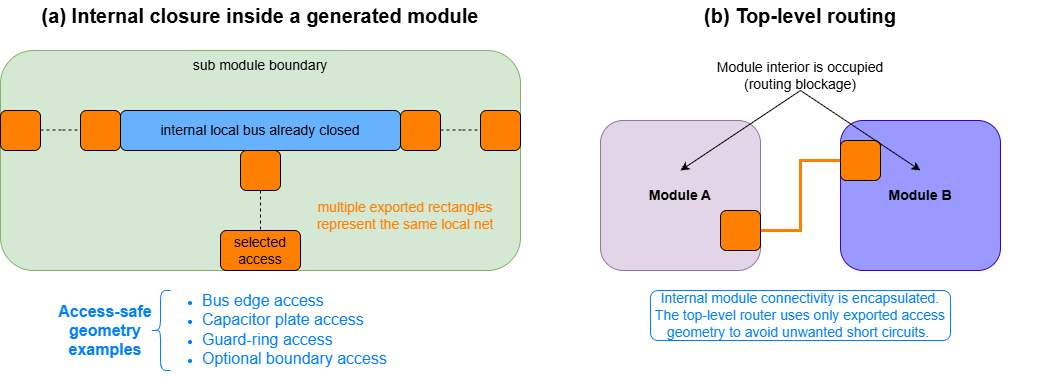
The draw.io diagram assets/images/routing/routing-plan-and-access.png in RuihuaGao/analog-layout-research-portfolio, before a commit. Source tidied: cells renumbered, new cells last; positions are measured from the earlier drawing's top-left corner, leaving out a move shared by most shapes.
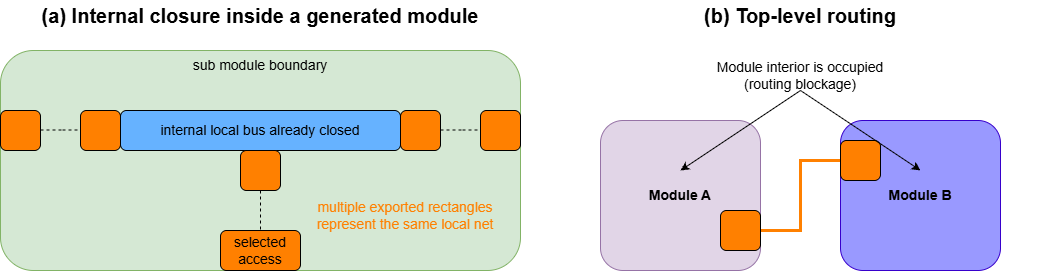
Later version of the same file.

What changed in the source:
```diff
@@ -81,17 +81,5 @@
         <mxPoint x="800" y="90" as="sourcePoint" />
       </mxGeometry>
     </mxCell>
-    <mxCell id="25" value="&lt;span style=&quot;font-size: 14px;&quot;&gt;Internal module connectivity is encapsulated. The top-level router uses only exported access geometry to avoid unwanted short circuits.&amp;nbsp;&lt;/span&gt;" style="rounded=1;whiteSpace=wrap;html=1;fontColor=#007FFF;strokeColor=#007FFF;" parent="1" vertex="1">
-      <mxGeometry x="650" y="290" width="300" height="50" as="geometry" />
-    </mxCell>
-    <mxCell id="26" style="shape=curlyBracket;whiteSpace=wrap;html=1;rounded=1;labelPosition=left;verticalLabelPosition=middle;align=right;verticalAlign=middle;strokeColor=#007FFF;" parent="1" vertex="1">
-      <mxGeometry x="150" y="290" width="20" height="80" as="geometry" />
-    </mxCell>
-    <mxCell id="27" value="&lt;div&gt;&lt;span style=&quot;font-size: 14px;&quot;&gt;&lt;br&gt;&lt;/span&gt;&lt;/div&gt;&lt;ul&gt;&lt;li&gt;&lt;font size=&quot;3&quot;&gt;Bus edge access&lt;/font&gt;&lt;/li&gt;&lt;li&gt;&lt;font size=&quot;3&quot;&gt;Capacitor plate access&lt;/font&gt;&lt;/li&gt;&lt;li&gt;&lt;font size=&quot;3&quot;&gt;Guard-ring access&lt;/font&gt;&lt;/li&gt;&lt;li&gt;&lt;font size=&quot;3&quot;&gt;Optional boundary access&lt;/font&gt;&lt;/li&gt;&lt;/ul&gt;" style="text;strokeColor=none;fillColor=none;html=1;whiteSpace=wrap;verticalAlign=middle;overflow=hidden;fontColor=#007FFF;" parent="1" vertex="1">
-      <mxGeometry x="160" y="260" width="290" height="120" as="geometry" />
-    </mxCell>
-    <mxCell id="28" value="Access-safe geometry examples" style="text;html=1;whiteSpace=wrap;strokeColor=none;fillColor=none;align=center;verticalAlign=middle;rounded=0;fontColor=#007FFF;fontSize=16;fontStyle=1;" parent="1" vertex="1">
-      <mxGeometry x="50" y="315" width="110" height="30" as="geometry" />
-    </mxCell>
   </root>
 </mxGraphModel>
```
